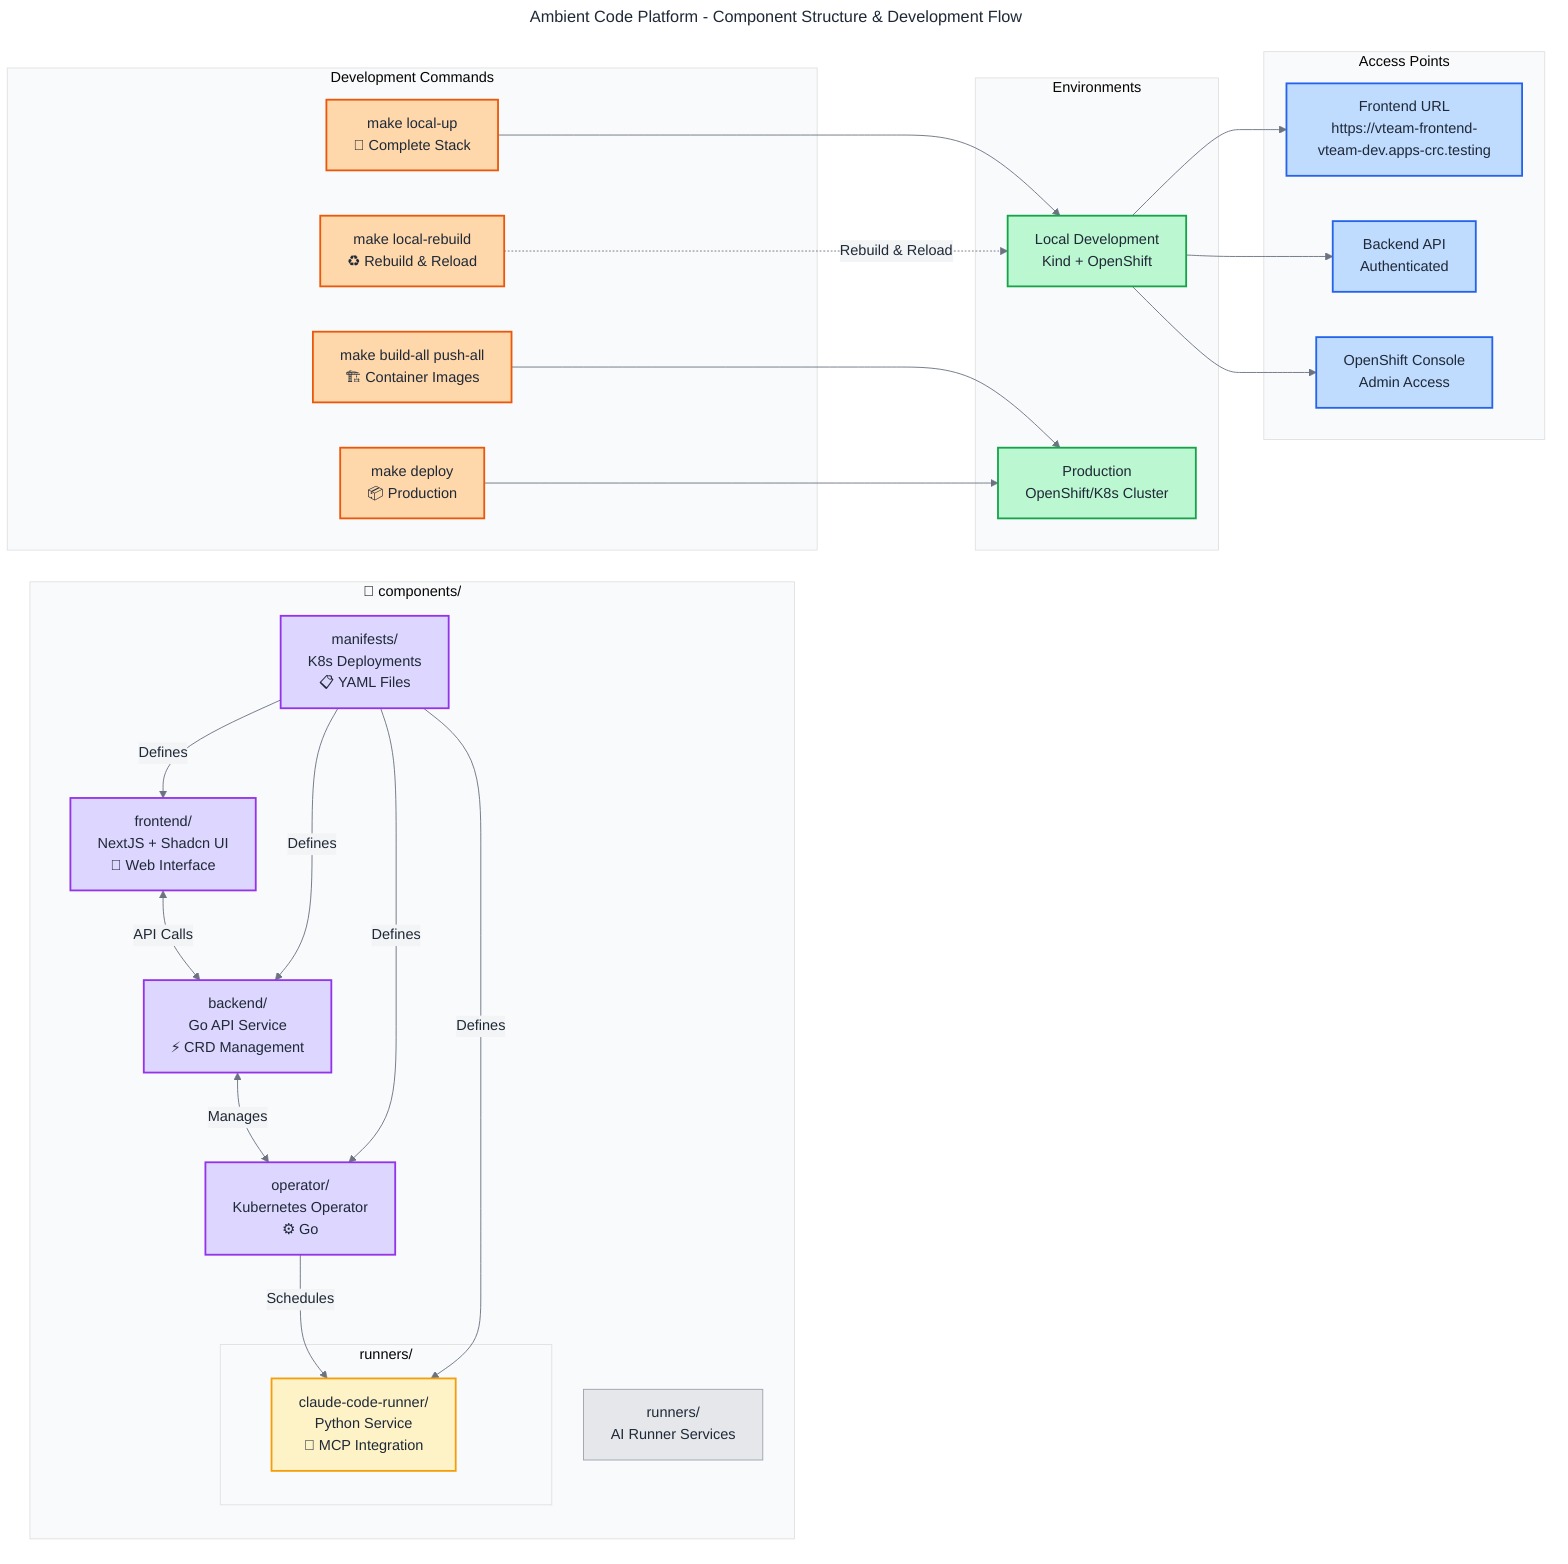
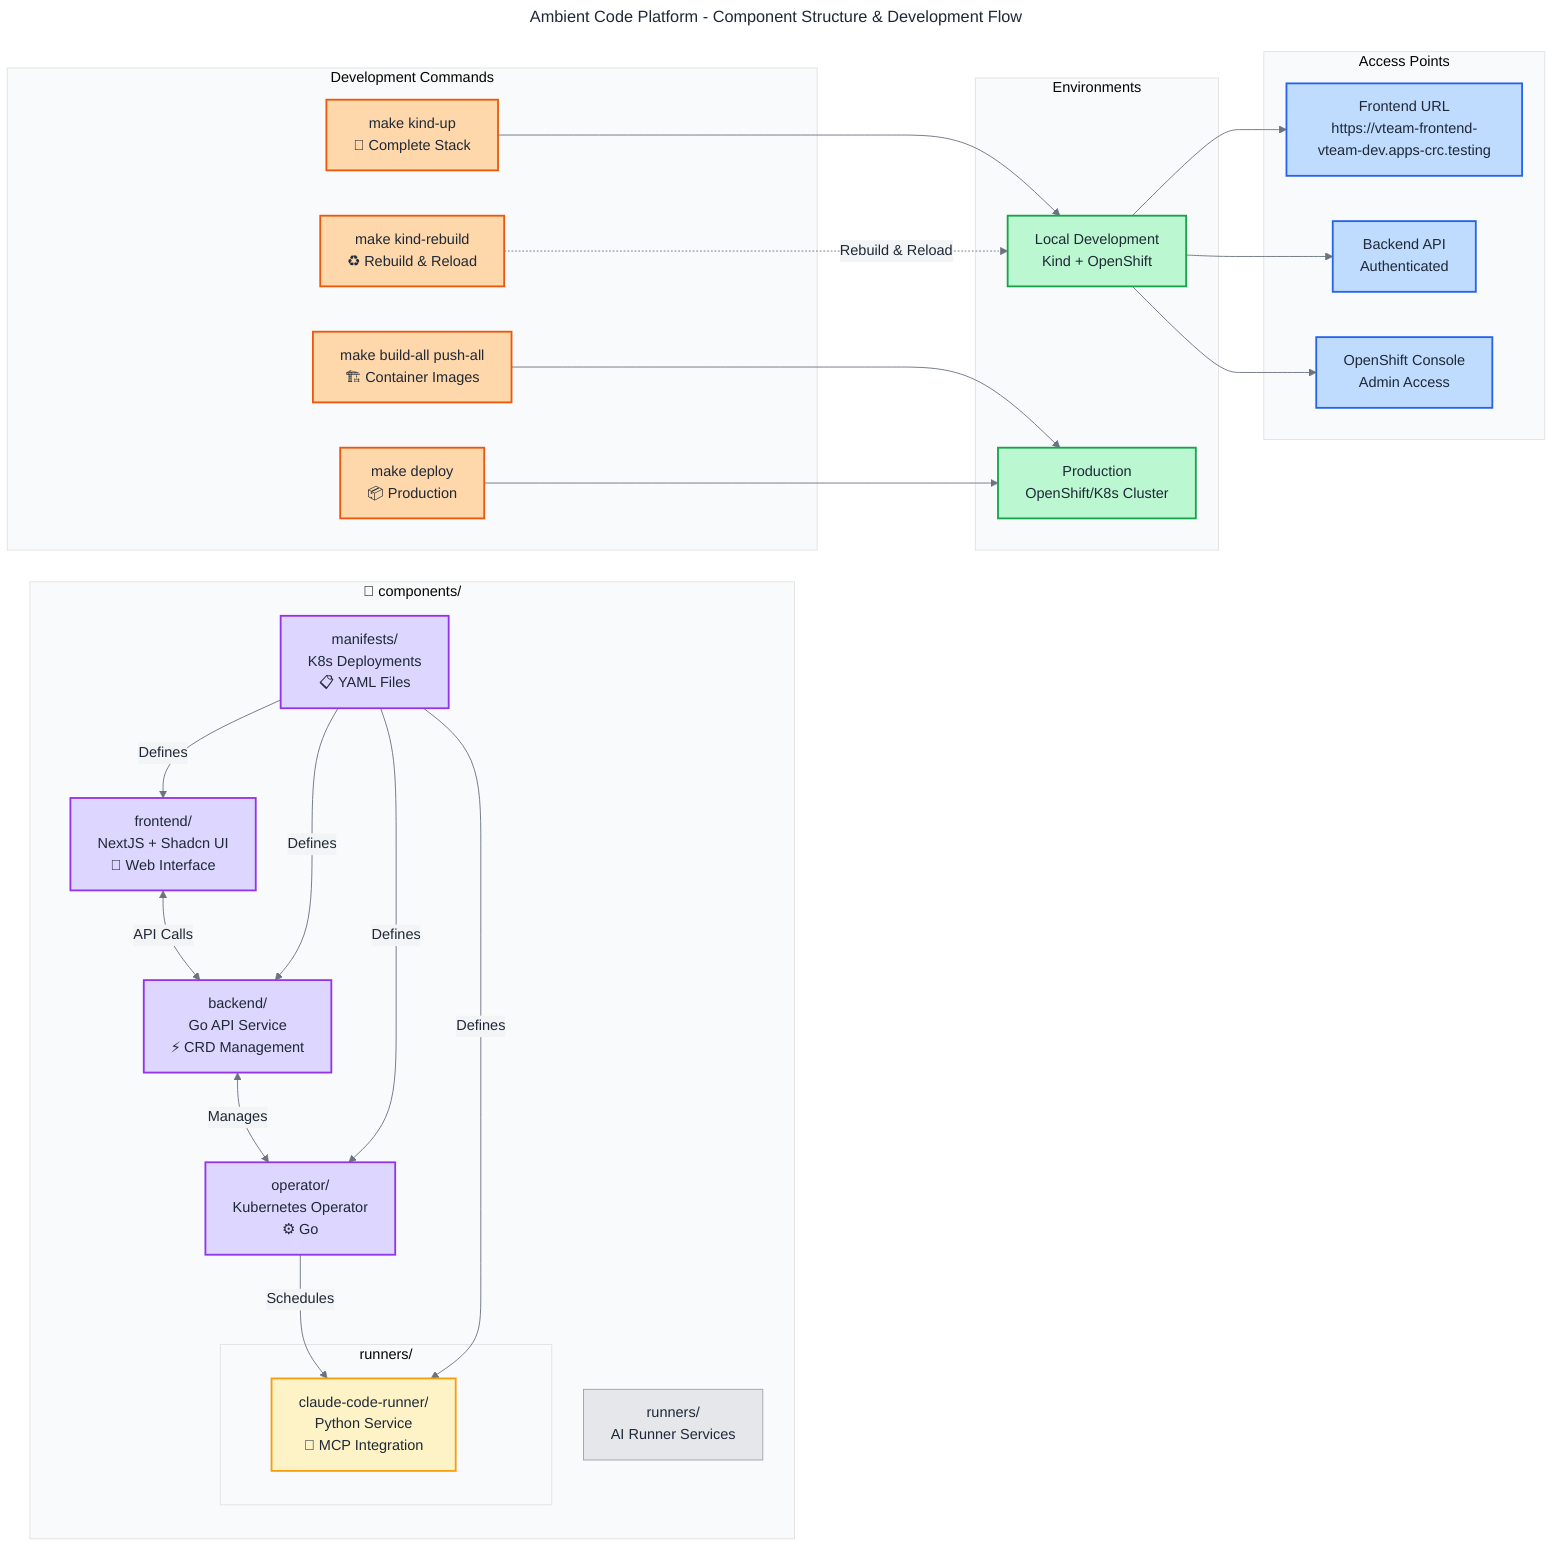
---
title: Ambient Code Platform - Component Structure & Development Flow
---

%%{init: {'theme':'base', 'themeVariables': { 'primaryColor': '#e5e7eb', 'primaryTextColor': '#1f2937', 'primaryBorderColor': '#9ca3af', 'lineColor': '#6b7280', 'secondaryColor': '#f3f4f6', 'tertiaryColor': '#f9fafb'}}}%%

graph LR
    subgraph "📁 components/"
        Frontend[frontend/<br/>NextJS + Shadcn UI<br/>🎨 Web Interface]
        Backend[backend/<br/>Go API Service<br/>⚡ CRD Management]
        Operator[operator/<br/>Kubernetes Operator<br/>⚙️ Go]
        Runners[runners/<br/>AI Runner Services]
        Manifests[manifests/<br/>K8s Deployments<br/>📋 YAML Files]

        subgraph "runners/"
            ClaudeRunner[claude-code-runner/<br/>Python Service<br/>🤖 MCP Integration]
        end
    end

    subgraph "Development Commands"
-         LocalUp[make local-up<br/>🚀 Complete Stack]
-         LocalRebuild[make local-rebuild<br/>♻️ Rebuild & Reload]
+         KindUp[make kind-up<br/>🚀 Complete Stack]
+         KindRebuild[make kind-rebuild<br/>♻️ Rebuild & Reload]
        Deploy[make deploy<br/>📦 Production]
        BuildPush[make build-all push-all<br/>🏗️ Container Images]
    end

    subgraph "Environments"
        Local[Local Development<br/>Kind + OpenShift]
        Prod[Production<br/>OpenShift/K8s Cluster]
    end

    subgraph "Access Points"
        FrontendURL[Frontend URL<br/>https://vteam-frontend-vteam-dev.apps-crc.testing]
        BackendAPI[Backend API<br/>Authenticated]
        Console[OpenShift Console<br/>Admin Access]
    end

    %% Development flow
-     LocalUp --> Local
+     KindUp --> Local
    Local --> FrontendURL
    Local --> BackendAPI
    Local --> Console
-     LocalRebuild -.->|Rebuild & Reload| Local
+     KindRebuild -.->|Rebuild & Reload| Local

    %% Production flow
    BuildPush --> Prod
    Deploy --> Prod

    %% Component relationships
    Frontend <-->|API Calls| Backend
    Backend <-->|Manages| Operator
    Operator -->|Schedules| ClaudeRunner
    Manifests -->|Defines| Frontend
    Manifests -->|Defines| Backend
    Manifests -->|Defines| Operator
    Manifests -->|Defines| ClaudeRunner

    %% Styling
    classDef component fill:#ddd6fe,stroke:#9333ea,stroke-width:2px,color:#1f2937
    classDef command fill:#fed7aa,stroke:#ea580c,stroke-width:2px,color:#1f2937
    classDef env fill:#bbf7d0,stroke:#16a34a,stroke-width:2px,color:#1f2937
    classDef access fill:#bfdbfe,stroke:#2563eb,stroke-width:2px,color:#1f2937
    classDef runner fill:#fef3c7,stroke:#f59e0b,stroke-width:2px,color:#1f2937

    class Frontend,Backend,Operator,Manifests component
    class ClaudeRunner runner
-     class LocalUp,LocalRebuild,Deploy,BuildPush command
+     class KindUp,KindRebuild,Deploy,BuildPush command
    class Local,Prod env
    class FrontendURL,BackendAPI,Console access
